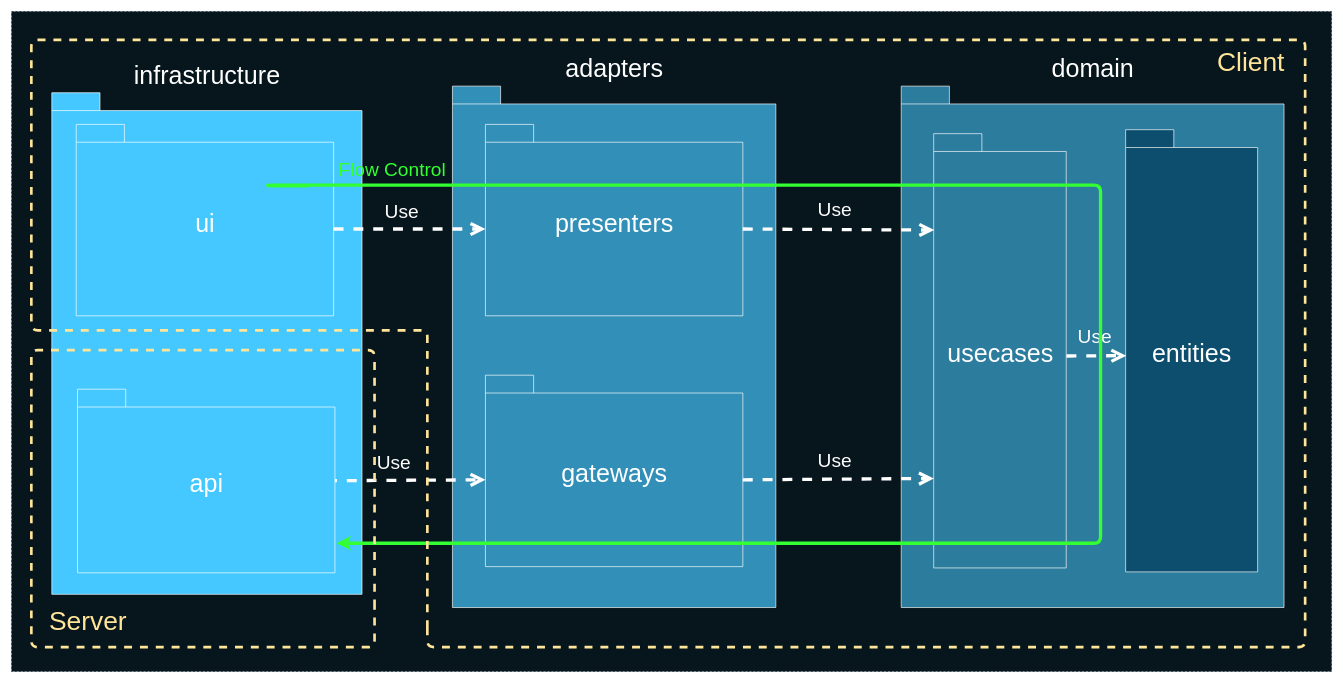
Before: deck/ru/diagrams/packagesDependenciesFlowControl.drawio in AlexanderLapygin/ca-react-rest-api-starter, a draw.io diagram. Source tidied: cells renumbered, new cells numbered last; positions are measured from the earlier drawing's top-left corner, leaving out a move shared by most shapes. Both pictures are drawn from the tidied source at 66%, with x=0, y=0 at pixel (11, 11).
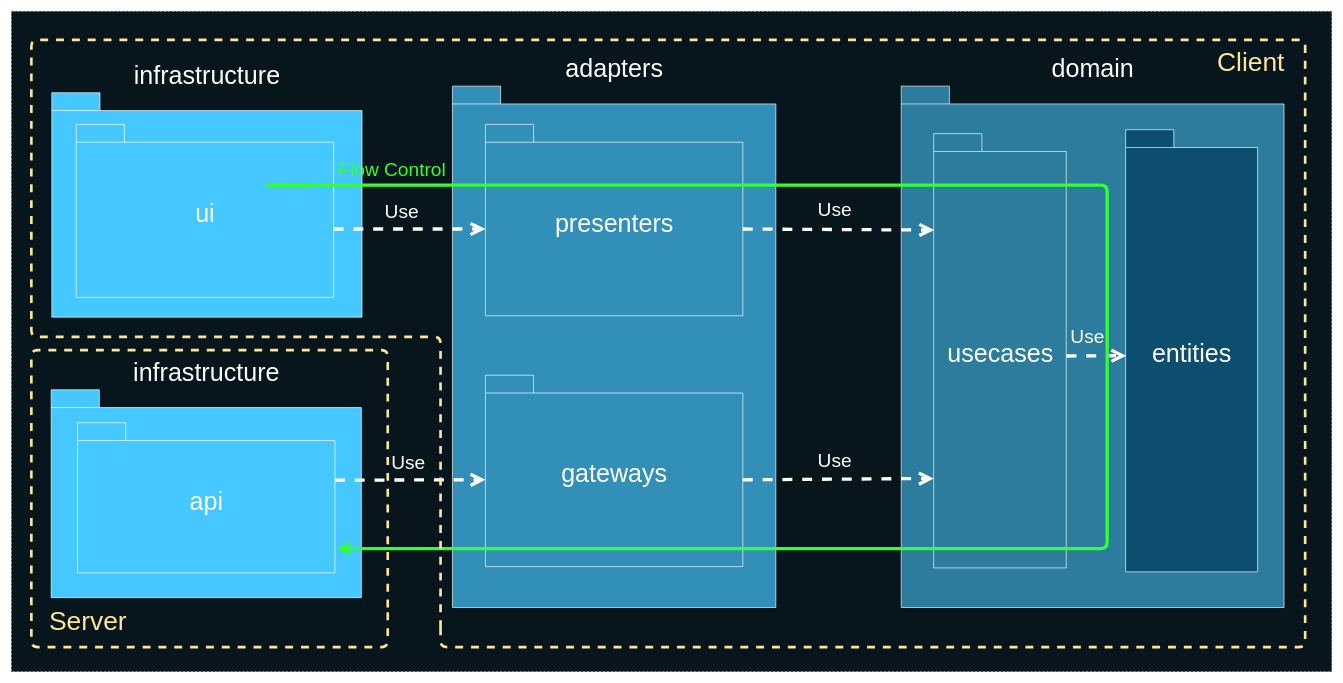
The same diagram, later.

Unchanged cells that the change refers to:
```xml
<mxCell id="8" value="&lt;font color=&quot;#ffffff&quot; style=&quot;font-size: 38px&quot;&gt;gateways&lt;/font&gt;" style="shape=folder;fontStyle=0;spacingTop=10;tabWidth=73;tabHeight=27;tabPosition=left;html=1;strokeColor=#FFFFFF;fillColor=#3290B8;" parent="5" vertex="1">
  <mxGeometry x="50" y="438" width="390" height="290" as="geometry" />
</mxCell>
<mxCell id="9" style="group;" parent="1" vertex="1">
  <mxGeometry x="1348" y="113" width="580" height="790" as="geometry" />
</mxCell>
<mxCell id="11" value="&lt;font color=&quot;#ffffff&quot; style=&quot;font-size: 38px&quot;&gt;entities&lt;/font&gt;" style="shape=folder;fontStyle=0;spacingTop=10;tabWidth=73;tabHeight=27;tabPosition=left;html=1;strokeColor=#FFFFFF;fillColor=#0D4E6E;" parent="9" vertex="1">
  <mxGeometry x="340" y="66" width="200" height="670" as="geometry" />
</mxCell>
<mxCell id="12" value="&lt;font color=&quot;#ffffff&quot; style=&quot;font-size: 38px&quot;&gt;usecases&lt;/font&gt;" style="shape=folder;fontStyle=0;spacingTop=10;tabWidth=73;tabHeight=27;tabPosition=left;html=1;strokeColor=#FFFFFF;fillColor=#2C7C9E;" parent="9" vertex="1">
  <mxGeometry x="49.2" y="72" width="200.8" height="658" as="geometry" />
</mxCell>
<mxCell id="21" style="group;" parent="20" vertex="1">
  <mxGeometry x="10" width="1924" height="890" as="geometry" />
</mxCell>
<mxCell id="24" style="group;" parent="1" vertex="1">
  <mxGeometry x="60" y="513" width="484" height="390" as="geometry" />
</mxCell>
<mxCell id="26" style="group;" parent="24" vertex="1">
  <mxGeometry width="484" height="390" as="geometry" />
</mxCell>
```

The edit, as a diff of the source:
```diff
@@
+    <mxCell id="29" value="&lt;font color=&quot;#ffffff&quot; style=&quot;font-size: 38px&quot;&gt;infrastructure&lt;/font&gt;" style="shape=folder;fontStyle=0;spacingTop=10;tabWidth=73;tabHeight=27;tabPosition=left;html=1;strokeColor=#FFFFFF;fillColor=#45C8FF;labelPosition=center;verticalLabelPosition=top;align=center;verticalAlign=bottom;" parent="1" vertex="1">
+      <mxGeometry x="60" y="573" width="470" height="315" as="geometry" />
+    </mxCell>
     <mxCell id="3" value="&lt;font color=&quot;#ffffff&quot; style=&quot;font-size: 38px&quot;&gt;infrastructure&lt;/font&gt;" style="shape=folder;fontStyle=0;spacingTop=10;tabWidth=73;tabHeight=27;tabPosition=left;html=1;strokeColor=#FFFFFF;fillColor=#45C8FF;labelPosition=center;verticalLabelPosition=top;align=center;verticalAlign=bottom;" parent="1" vertex="1">
-      <mxGeometry x="61" y="123" width="470" height="760" as="geometry" />
+      <mxGeometry x="61" y="123" width="470" height="340" as="geometry" />
     </mxCell>
     <mxCell id="4" value="&lt;font color=&quot;#ffffff&quot; style=&quot;font-size: 38px&quot;&gt;ui&lt;/font&gt;" style="shape=folder;fontStyle=0;spacingTop=10;tabWidth=73;tabHeight=27;tabPosition=left;html=1;strokeColor=#FFFFFF;fillColor=#45C8FF;" parent="1" vertex="1">
-      <mxGeometry x="98" y="171" width="390" height="290" as="geometry" />
+      <mxGeometry x="98" y="171" width="390" height="262" as="geometry" />
     </mxCell>
@@
     <mxCell id="13" value="Use" style="endArrow=open;endSize=12;dashed=1;html=1;strokeColor=#FFFFFF;strokeWidth=5;fontSize=29;fontColor=#FFFFFF;labelBackgroundColor=none;exitX=1.002;exitY=0.512;exitDx=0;exitDy=0;exitPerimeter=0;entryX=0.005;entryY=0.511;entryDx=0;entryDy=0;entryPerimeter=0;" parent="9" edge="1" source="12" target="11">
-      <mxGeometry x="-0.04" y="29" relative="1" as="geometry" />
+      <mxGeometry x="-0.3" y="29" relative="1" as="geometry" />
     </mxCell>
@@
     <mxCell id="18" style="edgeStyle=segmentEdgeStyle;endArrow=classic;html=1;labelBackgroundColor=none;strokeColor=#33FF33;strokeWidth=5;fontSize=29;fontColor=#FFFFFF;entryX=1.006;entryY=0.839;entryDx=0;entryDy=0;entryPerimeter=0;" parent="1" edge="1" target="25">
       <mxGeometry relative="1" as="geometry">
         <mxPoint x="450" y="264" as="sourcePoint" />
         <Array as="points">
           <mxPoint x="388" y="264" />
-          <mxPoint x="1650" y="263" />
-          <mxPoint x="1650" y="781" />
+          <mxPoint x="1660" y="263" />
+          <mxPoint x="1660" y="814" />
         </Array>
       </mxGeometry>
     </mxCell>
-    <mxCell id="19" value="Use" style="endArrow=open;endSize=12;dashed=1;html=1;strokeColor=#FFFFFF;strokeWidth=5;fontSize=29;fontColor=#FFFFFF;entryX=0;entryY=0;entryDx=0;entryDy=158.5;entryPerimeter=0;exitX=0;exitY=0;exitDx=318;exitDy=139;labelBackgroundColor=none;exitPerimeter=0;" parent="1" edge="1" source="25" target="8">
-      <mxGeometry x="0.08" y="27" relative="1" as="geometry">
-        <mxPoint x="-1" as="offset" />
+    <mxCell id="19" value="Use" style="endArrow=open;endSize=12;dashed=1;html=1;strokeColor=#FFFFFF;strokeWidth=5;fontSize=29;fontColor=#FFFFFF;entryX=0;entryY=0;entryDx=0;entryDy=158.5;entryPerimeter=0;labelBackgroundColor=none;" parent="1" edge="1" target="8">
+      <mxGeometry x="-0.03" y="27" relative="1" as="geometry">
+        <mxPoint x="490" y="710" as="sourcePoint" />
       </mxGeometry>
     </mxCell>
@@
     <mxCell id="23" style="edgeStyle=segmentEdgeStyle;endArrow=none;html=1;strokeColor=#FFE599;strokeWidth=4;endFill=0;dashed=1;" parent="21" edge="1">
       <mxGeometry relative="1" as="geometry">
-        <mxPoint x="570" y="890" as="sourcePoint" />
-        <mxPoint x="570" y="890" as="targetPoint" />
+        <mxPoint x="590" y="890" as="sourcePoint" />
+        <mxPoint x="590" y="890" as="targetPoint" />
         <Array as="points">
-          <mxPoint x="570" y="890" />
-          <mxPoint x="570" y="920" />
+          <mxPoint x="590" y="890" />
+          <mxPoint x="590" y="920" />
           <mxPoint x="1900" y="920" />
           <mxPoint x="1900" />
           <mxPoint x="-30" />
-          <mxPoint x="-30" y="440" />
-          <mxPoint x="570" y="440" />
-          <mxPoint x="570" y="890" />
+          <mxPoint x="-30" y="450" />
+          <mxPoint x="590" y="450" />
+          <mxPoint x="590" y="890" />
         </Array>
       </mxGeometry>
     </mxCell>
@@
     <mxCell id="25" value="&lt;font color=&quot;#ffffff&quot; style=&quot;font-size: 38px;&quot;&gt;api&lt;/font&gt;" style="shape=folder;fontStyle=0;spacingTop=10;tabWidth=73;tabHeight=27;tabPosition=left;html=1;strokeColor=#FFFFFF;fillColor=#45C8FF;" parent="24" vertex="1">
-      <mxGeometry x="40" y="59.2" width="390" height="278.2" as="geometry" />
+      <mxGeometry x="40" y="110" width="390" height="227.4" as="geometry" />
     </mxCell>
@@
     <mxCell id="27" style="edgeStyle=segmentEdgeStyle;endArrow=none;html=1;strokeColor=#FFE599;strokeWidth=4;endFill=0;dashed=1;" parent="26" edge="1">
       <mxGeometry relative="1" as="geometry">
-        <mxPoint x="490" y="390" as="sourcePoint" />
-        <mxPoint x="490" y="390" as="targetPoint" />
+        <mxPoint x="510" y="390" as="sourcePoint" />
+        <mxPoint x="510" y="390" as="targetPoint" />
         <Array as="points">
-          <mxPoint x="490" y="390" />
-          <mxPoint x="490" />
+          <mxPoint x="510" y="390" />
+          <mxPoint x="510" />
           <mxPoint x="-30" />
           <mxPoint x="-30" y="450" />
-          <mxPoint x="490" y="450" />
-          <mxPoint x="490" y="390" />
+          <mxPoint x="510" y="450" />
+          <mxPoint x="510" y="390" />
         </Array>
       </mxGeometry>
     </mxCell>
```
